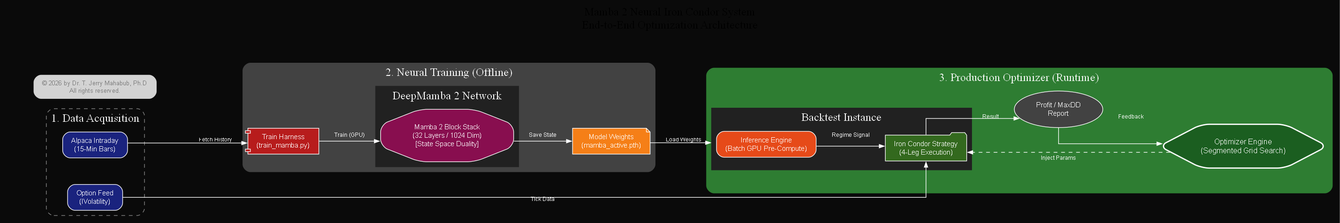
Before: docs/architecture/optimization_pipeline.png, a diagram exported from Graphviz (trextrader/spy-iron-condor-trading). Its source is kept beside it as docs/architecture/optimization_pipeline.dot.
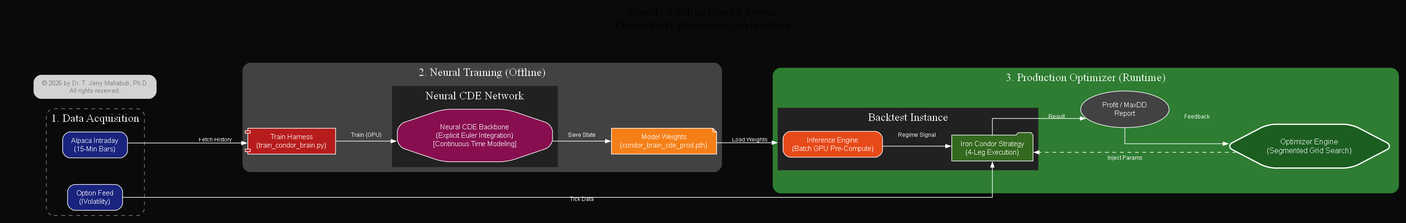
Above is the later version.

Change to the diagram source:
```diff
@@ -9,7 +9,7 @@
 
     # Title
     labelloc="t";
-    label="Mamba 2 Neural Iron Condor System\nEnd-to-End Optimization Architecture";
+    label="Neural CDE Iron Condor System\nEnd-to-End Optimization Architecture";
     fontsize=18;
     bgcolor="#0a0a0a";
 
@@ -34,22 +34,22 @@
         fontcolor="white";
         bgcolor="#0a0a0a";
 
-        TrainScript [label="Train Harness\n(train_mamba.py)", shape=component, fillcolor="#b71c1c", color="white", fontcolor="white"];
+        TrainScript [label="Train Harness\n(train_condor_brain.py)", shape=component, fillcolor="#b71c1c", color="white", fontcolor="white"];
 
         subgraph cluster_model {
-            label = "DeepMamba 2 Network";
+            label = "Neural CDE Network";
             style=filled;
             color="#212121";
             fontcolor="white";
 
-            SSM [label="Mamba 2 Block Stack\n(32 Layers / 1024 Dim)\n[State Space Duality]", shape=octagon, fillcolor="#880e4f", color="white", fontcolor="white"];
+            CDE [label="Neural CDE Backbone\n(Explicit Euler Integration)\n[Continuous Time Modeling]", shape=octagon, fillcolor="#880e4f", color="white", fontcolor="white"];
         }
 
-        ModelWeights [label="Model Weights\n(mamba_active.pth)", shape=note, fillcolor="#f57f17", color="white", fontcolor="white"];
+        ModelWeights [label="Model Weights\n(condor_brain_cde_prod.pth)", shape=note, fillcolor="#f57f17", color="white", fontcolor="white"];
 
         Alpaca -> TrainScript [label="Fetch History", color="white", fontcolor="white"];
-        TrainScript -> SSM [label="Train (GPU)", color="white", fontcolor="white"];
-        SSM -> ModelWeights [label="Save State", color="white", fontcolor="white"];
+        TrainScript -> CDE [label="Train (GPU)", color="white", fontcolor="white"];
+        CDE -> ModelWeights [label="Save State", color="white", fontcolor="white"];
     }
 
     # --- Production Runtime ---
```
